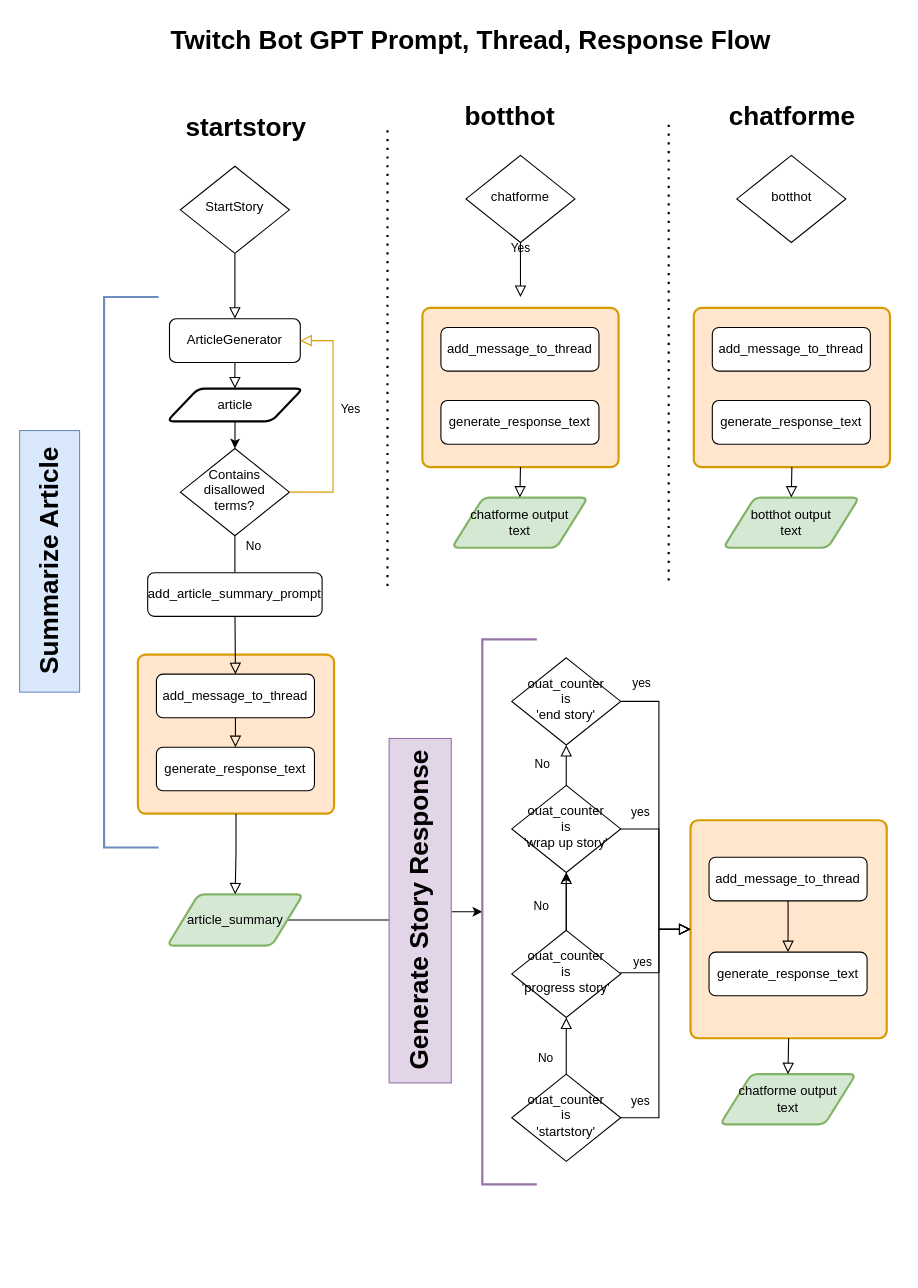
The draw.io diagram page "prompt-flow" (1 of 2) of readme/diagrams/prompt-thread-response-flow.drawio in hitch-co/chatzilla_ai, before the edit. Source tidied: cells renumbered, new cells numbered last; positions are measured from the earlier drawing's top-left corner, leaving out a move shared by most shapes. Both pictures are drawn from the tidied source at 109%, with x=0, y=0 at pixel (-82, 19).
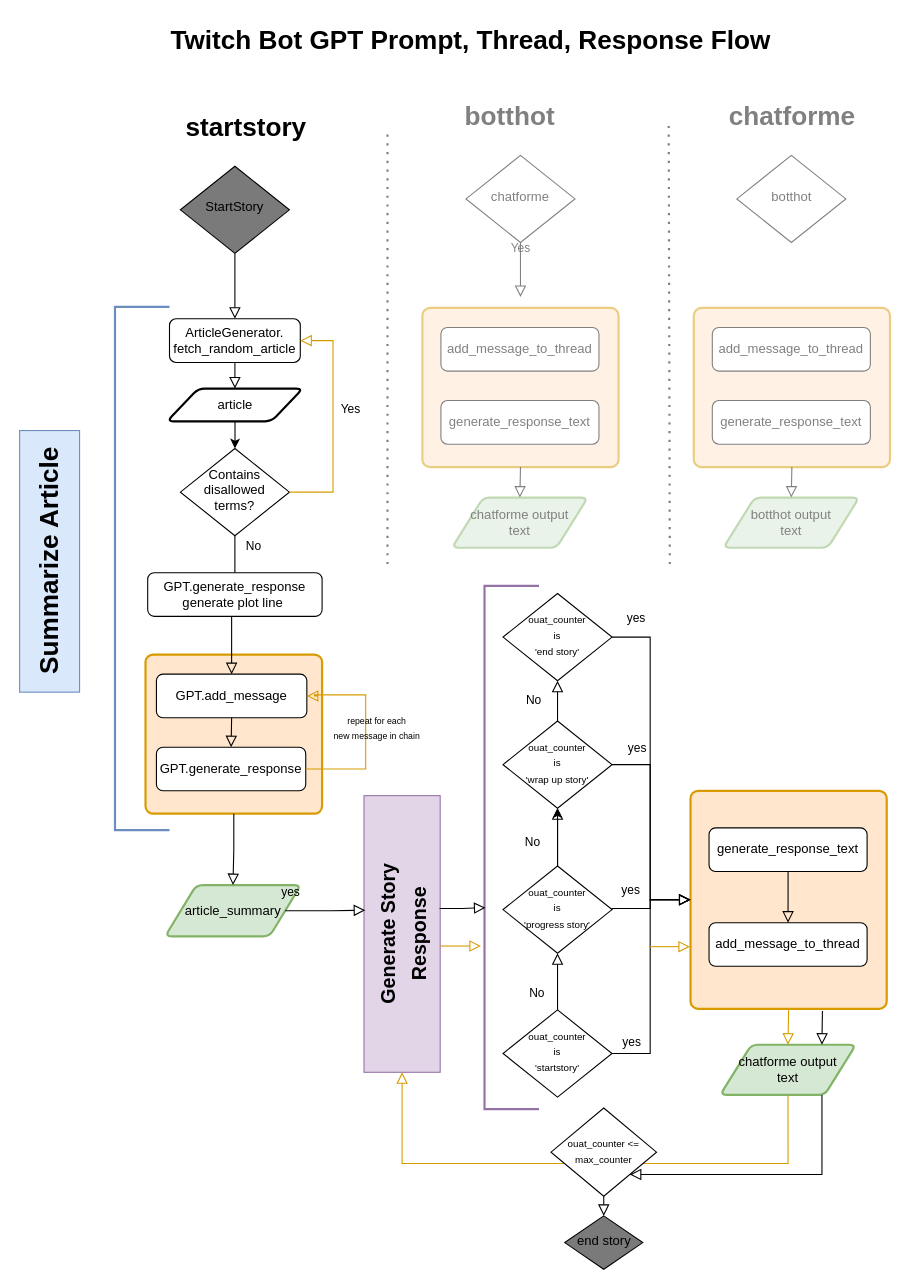
The same diagram, later.

The change refers to these unchanged cells:
```xml
<mxCell id="11" value="Contains disallowed terms?" style="rhombus;whiteSpace=wrap;html=1;shadow=0;fontFamily=Helvetica;fontSize=12;align=center;strokeWidth=1;spacing=6;spacingTop=-4;" parent="1" vertex="1">
  <mxGeometry x="240" y="394" width="100" height="80" as="geometry" />
</mxCell>
```

Change to the diagram source:
```diff
@@
     <mxCell id="2" style="rounded=1;whiteSpace=wrap;html=1;absoluteArcSize=1;arcSize=14;strokeWidth=2;fillColor=#ffe6cc;strokeColor=#d79b00;" parent="1" vertex="1">
-      <mxGeometry x="201" y="583" width="180" height="146" as="geometry" />
+      <mxGeometry x="208" y="583" width="162" height="146" as="geometry" />
     </mxCell>
@@
-    <mxCell id="4" value="StartStory" style="rhombus;whiteSpace=wrap;html=1;shadow=0;fontFamily=Helvetica;fontSize=12;align=center;strokeWidth=1;spacing=6;spacingTop=-4;" parent="1" vertex="1">
+    <mxCell id="4" value="StartStory" style="rhombus;whiteSpace=wrap;html=1;shadow=0;fontFamily=Helvetica;fontSize=12;align=center;strokeWidth=1;spacing=6;spacingTop=-4;fillColor=#7A7A7A;" parent="1" vertex="1">
       <mxGeometry x="240" y="135" width="100" height="80" as="geometry" />
     </mxCell>
-    <mxCell id="5" value="ArticleGenerator" style="rounded=1;whiteSpace=wrap;html=1;fontSize=12;glass=0;strokeWidth=1;shadow=0;" parent="1" vertex="1">
+    <mxCell id="5" value="ArticleGenerator.&lt;br&gt;fetch_random_article" style="rounded=1;whiteSpace=wrap;html=1;fontSize=12;glass=0;strokeWidth=1;shadow=0;" parent="1" vertex="1">
       <mxGeometry x="230" y="275" width="120" height="40" as="geometry" />
     </mxCell>
@@
-    <mxCell id="10" value="add_message_to_thread" style="rounded=1;whiteSpace=wrap;html=1;fontSize=12;glass=0;strokeWidth=1;shadow=0;" parent="1" vertex="1">
-      <mxGeometry x="218" y="601" width="145" height="40" as="geometry" />
+    <mxCell id="10" value="GPT.add_message" style="rounded=1;whiteSpace=wrap;html=1;fontSize=12;glass=0;strokeWidth=1;shadow=0;" parent="1" vertex="1">
+      <mxGeometry x="218" y="601" width="138" height="40" as="geometry" />
     </mxCell>
@@
-    <mxCell id="12" value="Yes" style="rounded=0;html=1;jettySize=auto;fontSize=11;endArrow=block;endFill=0;endSize=8;strokeWidth=1;shadow=0;labelBackgroundColor=none;edgeStyle=orthogonalEdgeStyle;entryX=1;entryY=0.5;entryDx=0;entryDy=0;exitX=1;exitY=0.5;exitDx=0;exitDy=0;fillColor=#ffe6cc;strokeColor=#d79b00;" parent="1" edge="1" source="11" target="5">
+    <mxCell id="12" value="Yes" style="rounded=0;html=1;jettySize=auto;fontSize=11;endArrow=block;endFill=0;endSize=8;strokeWidth=1;shadow=0;labelBackgroundColor=none;edgeStyle=orthogonalEdgeStyle;entryX=1;entryY=0.5;entryDx=0;entryDy=0;exitX=1;exitY=0.5;exitDx=0;exitDy=0;fillColor=#ffe6cc;strokeColor=#D79B00;" parent="1" edge="1" source="11" target="5">
       <mxGeometry x="0.11" y="-16" relative="1" as="geometry">
         <Array as="points">
           <mxPoint x="380" y="434" />
           <mxPoint x="380" y="295" />
         </Array>
       </mxGeometry>
     </mxCell>
@@
-    <mxCell id="15" value="generate_response_text" style="rounded=1;whiteSpace=wrap;html=1;fontSize=12;glass=0;strokeWidth=1;shadow=0;" parent="1" vertex="1">
-      <mxGeometry x="218" y="668" width="145" height="40" as="geometry" />
+    <mxCell id="15" value="GPT.generate_response" style="rounded=1;whiteSpace=wrap;html=1;fontSize=12;glass=0;strokeWidth=1;shadow=0;" parent="1" vertex="1">
+      <mxGeometry x="218" y="668" width="137" height="40" as="geometry" />
     </mxCell>
@@
     <mxCell id="17" style="strokeWidth=2;html=1;shape=mxgraph.flowchart.annotation_1;align=left;fillColor=#dae8fc;strokeColor=#6c8ebf;" parent="1" vertex="1">
-      <mxGeometry x="170" y="255" width="50" height="505" as="geometry" />
+      <mxGeometry x="180" y="264" width="50" height="480" as="geometry" />
     </mxCell>
@@
-    <mxCell id="19" style="edgeStyle=orthogonalEdgeStyle;rounded=0;jettySize=auto;html=1;exitX=1;exitY=0.5;exitDx=0;exitDy=0;entryX=0;entryY=0.5;entryDx=0;entryDy=0;entryPerimeter=0;" parent="1" edge="1" source="20" target="33">
-      <mxGeometry relative="1" as="geometry" />
-    </mxCell>
     <mxCell id="20" value="article_summary" style="shape=parallelogram;html=1;strokeWidth=2;perimeter=parallelogramPerimeter;whiteSpace=wrap;rounded=1;arcSize=12;size=0.23;fillColor=#d5e8d4;strokeColor=#82b366;" parent="1" vertex="1">
-      <mxGeometry x="228" y="803" width="124.5" height="47" as="geometry" />
+      <mxGeometry x="226" y="794.5" width="124.5" height="47" as="geometry" />
     </mxCell>
@@
-    <mxCell id="24" value="add_article_summary_prompt" style="rounded=1;whiteSpace=wrap;html=1;fontSize=12;glass=0;strokeWidth=1;shadow=0;" parent="1" vertex="1">
+    <mxCell id="24" value="GPT.generate_response &lt;br&gt;generate plot line&amp;nbsp;" style="rounded=1;whiteSpace=wrap;html=1;fontSize=12;glass=0;strokeWidth=1;shadow=0;" parent="1" vertex="1">
       <mxGeometry x="210" y="508" width="160" height="40" as="geometry" />
     </mxCell>
-    <mxCell id="25" value="ouat_counter&lt;br&gt;is&lt;br&gt;'startstory'" style="rhombus;whiteSpace=wrap;html=1;shadow=0;fontFamily=Helvetica;fontSize=12;align=center;strokeWidth=1;spacing=6;spacingTop=-4;" parent="1" vertex="1">
-      <mxGeometry x="544" y="968" width="100" height="80" as="geometry" />
+    <mxCell id="25" value="&lt;font style=&quot;font-size: 9px;&quot;&gt;ouat_counter&lt;br&gt;is&lt;br&gt;'startstory'&lt;/font&gt;" style="rhombus;whiteSpace=wrap;html=1;shadow=0;fontFamily=Helvetica;fontSize=12;align=center;strokeWidth=1;spacing=6;spacingTop=-4;" parent="1" vertex="1">
+      <mxGeometry x="536" y="909" width="100" height="80" as="geometry" />
     </mxCell>
@@
-    <mxCell id="27" value="ouat_counter&lt;br&gt;is&lt;br&gt;'progress story'" style="rhombus;whiteSpace=wrap;html=1;shadow=0;fontFamily=Helvetica;fontSize=12;align=center;strokeWidth=1;spacing=6;spacingTop=-4;" parent="1" vertex="1">
-      <mxGeometry x="544" y="836" width="100" height="80" as="geometry" />
+    <mxCell id="27" value="&lt;font style=&quot;font-size: 9px;&quot;&gt;ouat_counter&lt;br&gt;is&lt;br&gt;'progress story'&lt;/font&gt;" style="rhombus;whiteSpace=wrap;html=1;shadow=0;fontFamily=Helvetica;fontSize=12;align=center;strokeWidth=1;spacing=6;spacingTop=-4;" parent="1" vertex="1">
+      <mxGeometry x="536" y="777" width="100" height="80" as="geometry" />
     </mxCell>
-    <mxCell id="28" value="ouat_counter&lt;br&gt;is&lt;br&gt;'wrap up story'" style="rhombus;whiteSpace=wrap;html=1;shadow=0;fontFamily=Helvetica;fontSize=12;align=center;strokeWidth=1;spacing=6;spacingTop=-4;" parent="1" vertex="1">
-      <mxGeometry x="544" y="703" width="100" height="80" as="geometry" />
+    <mxCell id="28" value="&lt;font style=&quot;font-size: 9px;&quot;&gt;ouat_counter&lt;br&gt;is&lt;br&gt;'wrap up story'&lt;/font&gt;" style="rhombus;whiteSpace=wrap;html=1;shadow=0;fontFamily=Helvetica;fontSize=12;align=center;strokeWidth=1;spacing=6;spacingTop=-4;" parent="1" vertex="1">
+      <mxGeometry x="536" y="644" width="100" height="80" as="geometry" />
     </mxCell>
-    <mxCell id="29" value="ouat_counter&lt;br&gt;is&lt;br&gt;'end story'" style="rhombus;whiteSpace=wrap;html=1;shadow=0;fontFamily=Helvetica;fontSize=12;align=center;strokeWidth=1;spacing=6;spacingTop=-4;" parent="1" vertex="1">
-      <mxGeometry x="544" y="586" width="100" height="80" as="geometry" />
+    <mxCell id="29" value="&lt;font style=&quot;font-size: 9px;&quot;&gt;ouat_counter&lt;br&gt;is&lt;br&gt;'end story'&lt;/font&gt;" style="rhombus;whiteSpace=wrap;html=1;shadow=0;fontFamily=Helvetica;fontSize=12;align=center;strokeWidth=1;spacing=6;spacingTop=-4;" parent="1" vertex="1">
+      <mxGeometry x="536" y="527" width="100" height="80" as="geometry" />
     </mxCell>
@@
     <mxCell id="31" value="No" style="edgeStyle=orthogonalEdgeStyle;rounded=0;html=1;jettySize=auto;fontSize=11;endArrow=block;endFill=0;endSize=8;strokeWidth=1;shadow=0;labelBackgroundColor=none;exitX=0.5;exitY=0;exitDx=0;exitDy=0;entryX=0.5;entryY=1;entryDx=0;entryDy=0;" parent="1" edge="1" source="27" target="28">
       <mxGeometry x="-0.17" y="23" relative="1" as="geometry">
         <Array as="points">
-          <mxPoint x="594" y="796" />
+          <mxPoint x="586" y="737" />
         </Array>
       </mxGeometry>
     </mxCell>
     <mxCell id="32" value="No" style="edgeStyle=orthogonalEdgeStyle;rounded=0;html=1;jettySize=auto;fontSize=11;endArrow=block;endFill=0;endSize=8;strokeWidth=1;shadow=0;labelBackgroundColor=none;entryX=0.5;entryY=1;entryDx=0;entryDy=0;exitX=0.5;exitY=0;exitDx=0;exitDy=0;" parent="1" edge="1" source="28" target="29">
       <mxGeometry y="21" relative="1" as="geometry">
         <Array as="points">
-          <mxPoint x="594" y="703" />
+          <mxPoint x="586" y="644" />
         </Array>
         <mxPoint x="-1" as="offset" />
       </mxGeometry>
     </mxCell>
     <mxCell id="33" style="strokeWidth=2;html=1;shape=mxgraph.flowchart.annotation_1;align=left;fillColor=#e1d5e7;strokeColor=#9673a6;" parent="1" vertex="1">
-      <mxGeometry x="517" y="569" width="50" height="500" as="geometry" />
+      <mxGeometry x="519" y="520" width="50" height="480" as="geometry" />
     </mxCell>
-    <mxCell id="34" value="Generate Story Response" style="text;strokeColor=#9673a6;fillColor=#e1d5e7;html=1;fontSize=24;fontStyle=1;verticalAlign=middle;align=center;rotation=-90;" parent="1" vertex="1">
-      <mxGeometry x="302" y="789.5" width="316" height="57" as="geometry" />
+    <mxCell id="34" value="&lt;font style=&quot;font-size: 18px;&quot;&gt;Generate Story&lt;br&gt;Response&lt;/font&gt;" style="text;strokeColor=#9673a6;fillColor=#e1d5e7;html=1;fontSize=24;fontStyle=1;verticalAlign=middle;align=center;rotation=-90;" parent="1" vertex="1">
+      <mxGeometry x="316.5" y="804.4" width="253.8" height="69.9" as="geometry" />
     </mxCell>
     <mxCell id="35" style="rounded=1;whiteSpace=wrap;html=1;absoluteArcSize=1;arcSize=14;strokeWidth=2;fillColor=#ffe6cc;strokeColor=#d79b00;" parent="1" vertex="1">
-      <mxGeometry x="708" y="735" width="180" height="200" as="geometry" />
+      <mxGeometry x="708" y="708" width="180" height="200" as="geometry" />
     </mxCell>
-    <mxCell id="36" value="add_message_to_thread" style="rounded=1;whiteSpace=wrap;html=1;fontSize=12;glass=0;strokeWidth=1;shadow=0;" parent="1" vertex="1">
-      <mxGeometry x="725" y="769" width="145" height="40" as="geometry" />
+    <mxCell id="36" value="generate_response_text" style="rounded=1;whiteSpace=wrap;html=1;fontSize=12;glass=0;strokeWidth=1;shadow=0;" parent="1" vertex="1">
+      <mxGeometry x="725" y="742" width="145" height="40" as="geometry" />
     </mxCell>
-    <mxCell id="37" value="generate_response_text" style="rounded=1;whiteSpace=wrap;html=1;fontSize=12;glass=0;strokeWidth=1;shadow=0;" parent="1" vertex="1">
-      <mxGeometry x="725" y="856" width="145" height="40" as="geometry" />
+    <mxCell id="37" value="add_message_to_thread" style="rounded=1;whiteSpace=wrap;html=1;fontSize=12;glass=0;strokeWidth=1;shadow=0;" parent="1" vertex="1">
+      <mxGeometry x="725" y="829" width="145" height="40" as="geometry" />
     </mxCell>
     <mxCell id="38" value="yes" style="edgeStyle=orthogonalEdgeStyle;rounded=0;html=1;jettySize=auto;fontSize=11;endArrow=block;endFill=0;endSize=8;strokeWidth=1;shadow=0;labelBackgroundColor=none;exitX=1;exitY=0.5;exitDx=0;exitDy=0;entryX=0;entryY=0.5;entryDx=0;entryDy=0;" parent="1" edge="1" source="25" target="35">
       <mxGeometry x="-0.58" y="17" relative="1" as="geometry">
         <Array as="points">
-          <mxPoint x="679" y="1008" />
-          <mxPoint x="679" y="835" />
+          <mxPoint x="671" y="949" />
+          <mxPoint x="671" y="808" />
         </Array>
       </mxGeometry>
     </mxCell>
     <mxCell id="39" value="yes" style="edgeStyle=orthogonalEdgeStyle;rounded=0;html=1;jettySize=auto;fontSize=11;endArrow=block;endFill=0;endSize=8;strokeWidth=1;shadow=0;labelBackgroundColor=none;exitX=1;exitY=0.5;exitDx=0;exitDy=0;entryX=0;entryY=0.5;entryDx=0;entryDy=0;" parent="1" edge="1" source="27" target="35">
-      <mxGeometry x="-0.13" y="15" relative="1" as="geometry">
+      <mxGeometry x="-0.56" y="17" relative="1" as="geometry">
         <Array as="points">
-          <mxPoint x="679" y="875" />
-          <mxPoint x="679" y="835" />
+          <mxPoint x="671" y="816" />
+          <mxPoint x="671" y="808" />
         </Array>
       </mxGeometry>
     </mxCell>
     <mxCell id="40" value="yes" style="edgeStyle=orthogonalEdgeStyle;rounded=0;html=1;jettySize=auto;fontSize=11;endArrow=block;endFill=0;endSize=8;strokeWidth=1;shadow=0;labelBackgroundColor=none;exitX=1;exitY=0.5;exitDx=0;exitDy=0;entryX=0;entryY=0.5;entryDx=0;entryDy=0;" parent="1" edge="1" source="28" target="35">
       <mxGeometry x="-0.77" y="15" relative="1" as="geometry">
         <Array as="points">
-          <mxPoint x="679" y="743" />
-          <mxPoint x="679" y="835" />
+          <mxPoint x="671" y="684" />
+          <mxPoint x="671" y="808" />
         </Array>
       </mxGeometry>
     </mxCell>
-    <mxCell id="41" value="yes" style="edgeStyle=orthogonalEdgeStyle;rounded=0;html=1;jettySize=auto;fontSize=11;endArrow=block;endFill=0;endSize=8;strokeWidth=1;shadow=0;labelBackgroundColor=none;exitX=1;exitY=0.5;exitDx=0;exitDy=0;entryX=0;entryY=0.5;entryDx=0;entryDy=0;" parent="1" edge="1" source="29" target="35">
+    <mxCell id="41" value="yes" style="edgeStyle=orthogonalEdgeStyle;rounded=0;html=1;jettySize=auto;orthogonalLoop=1;fontSize=11;endArrow=block;endFill=0;endSize=8;strokeWidth=1;shadow=0;labelBackgroundColor=none;exitX=1;exitY=0.5;exitDx=0;exitDy=0;entryX=0;entryY=0.5;entryDx=0;entryDy=0;" parent="1" edge="1">
       <mxGeometry x="-0.86" y="17" relative="1" as="geometry">
+        <mxPoint x="636" y="567" as="sourcePoint" />
+        <mxPoint x="708" y="808" as="targetPoint" />
         <Array as="points">
-          <mxPoint x="679" y="626" />
-          <mxPoint x="679" y="835" />
+          <mxPoint x="671" y="567" />
+          <mxPoint x="671" y="808" />
         </Array>
       </mxGeometry>
     </mxCell>
@@
     <mxCell id="54" style="endArrow=none;dashed=1;html=1;dashPattern=1 3;strokeWidth=2;rounded=0;" parent="1" edge="1">
       <mxGeometry relative="1" as="geometry">
-        <mxPoint x="430" y="520" as="sourcePoint" />
+        <mxPoint x="430" y="500" as="sourcePoint" />
         <mxPoint x="430" y="100" as="targetPoint" />
       </mxGeometry>
     </mxCell>
     <mxCell id="55" style="endArrow=none;dashed=1;html=1;dashPattern=1 3;strokeWidth=2;rounded=0;" parent="1" edge="1">
       <mxGeometry relative="1" as="geometry">
-        <mxPoint x="688" y="515" as="sourcePoint" />
+        <mxPoint x="689" y="500" as="sourcePoint" />
         <mxPoint x="688" y="95" as="targetPoint" />
       </mxGeometry>
     </mxCell>
@@
     <mxCell id="57" style="edgeStyle=orthogonalEdgeStyle;rounded=0;html=1;jettySize=auto;fontSize=11;endArrow=block;endFill=0;endSize=8;strokeWidth=1;shadow=0;labelBackgroundColor=none;exitX=0.5;exitY=1;exitDx=0;exitDy=0;entryX=0.5;entryY=0;entryDx=0;entryDy=0;" parent="1" edge="1" source="36" target="37">
       <mxGeometry x="-0.86" y="17" relative="1" as="geometry">
         <Array as="points">
-          <mxPoint x="798" y="840" />
-          <mxPoint x="798" y="840" />
+          <mxPoint x="798" y="813" />
+          <mxPoint x="798" y="813" />
         </Array>
       </mxGeometry>
     </mxCell>
     <mxCell id="58" value="chatforme output &lt;br&gt;text" style="shape=parallelogram;html=1;strokeWidth=2;perimeter=parallelogramPerimeter;whiteSpace=wrap;rounded=1;arcSize=12;size=0.23;fillColor=#d5e8d4;strokeColor=#82b366;" parent="1" vertex="1">
-      <mxGeometry x="735.2" y="968" width="124.5" height="46" as="geometry" />
+      <mxGeometry x="735.2" y="941" width="124.5" height="46" as="geometry" />
     </mxCell>
-    <mxCell id="59" style="edgeStyle=orthogonalEdgeStyle;rounded=0;html=1;jettySize=auto;fontSize=11;endArrow=block;endFill=0;endSize=8;strokeWidth=1;shadow=0;labelBackgroundColor=none;exitX=0.5;exitY=1;exitDx=0;exitDy=0;entryX=0.5;entryY=0;entryDx=0;entryDy=0;" parent="1" edge="1" source="35" target="58">
-      <mxGeometry x="-0.86" y="17" relative="1" as="geometry" />
+    <mxCell id="59" style="edgeStyle=orthogonalEdgeStyle;rounded=0;html=1;jettySize=auto;fontSize=11;endArrow=block;endFill=0;endSize=8;strokeWidth=1;shadow=0;labelBackgroundColor=none;entryX=0.75;entryY=0;entryDx=0;entryDy=0;" parent="1" edge="1" target="58">
+      <mxGeometry x="-0.86" y="17" relative="1" as="geometry">
+        <mxPoint x="829" y="910" as="sourcePoint" />
+      </mxGeometry>
     </mxCell>
+    <mxCell id="60" value="&lt;font style=&quot;font-size: 8px;&quot;&gt;repeat for each &lt;br&gt;new message in chain&lt;/font&gt;" style="rounded=0;html=1;jettySize=auto;fontSize=11;endArrow=block;endFill=0;endSize=8;strokeWidth=1;shadow=0;labelBackgroundColor=none;edgeStyle=orthogonalEdgeStyle;entryX=1;entryY=0.5;entryDx=0;entryDy=0;exitX=1;exitY=0.5;exitDx=0;exitDy=0;fillColor=#ffe6cc;strokeColor=#D79B00;" parent="1" edge="1" source="15" target="10">
+      <mxGeometry x="0.04" y="-10" relative="1" as="geometry">
+        <Array as="points">
+          <mxPoint x="410" y="688" />
+          <mxPoint x="410" y="620" />
+          <mxPoint x="363" y="620" />
+        </Array>
+      </mxGeometry>
+    </mxCell>
+    <mxCell id="61" style="rounded=0;html=1;jettySize=auto;fontSize=11;endArrow=block;endFill=0;endSize=8;strokeWidth=1;shadow=0;labelBackgroundColor=none;edgeStyle=orthogonalEdgeStyle;exitX=0.5;exitY=1;exitDx=0;exitDy=0;fillColor=#ffe6cc;strokeColor=#D79B00;entryX=0;entryY=0.5;entryDx=0;entryDy=0;" parent="1" edge="1" source="58" target="34">
+      <mxGeometry x="0.04" relative="1" as="geometry">
+        <Array as="points">
+          <mxPoint x="797" y="1050" />
+          <mxPoint x="443" y="1050" />
+        </Array>
+      </mxGeometry>
+    </mxCell>
+    <mxCell id="62" value="&lt;font style=&quot;font-size: 9px;&quot;&gt;ouat_counter &amp;lt;=&lt;br&gt;max_counter&lt;/font&gt;" style="rhombus;whiteSpace=wrap;html=1;shadow=0;fontFamily=Helvetica;fontSize=12;align=center;strokeWidth=1;spacing=6;spacingTop=-4;" parent="1" vertex="1">
+      <mxGeometry x="580" y="999" width="96.8" height="81" as="geometry" />
+    </mxCell>
+    <mxCell id="63" style="rounded=0;html=1;jettySize=auto;orthogonalLoop=1;fontSize=11;endArrow=block;endFill=0;endSize=8;strokeWidth=1;shadow=0;labelBackgroundColor=none;edgeStyle=orthogonalEdgeStyle;entryX=-0.065;entryY=0.68;entryDx=0;entryDy=0;exitX=0.48;exitY=1.002;exitDx=0;exitDy=0;fillColor=#ffe6cc;strokeColor=#D79B00;entryPerimeter=0;exitPerimeter=0;" parent="1" edge="1">
+      <mxGeometry x="0.04" relative="1" as="geometry">
+        <mxPoint x="478.5" y="850.4" as="sourcePoint" />
+        <mxPoint x="515.7" y="850.4" as="targetPoint" />
+      </mxGeometry>
+    </mxCell>
+    <mxCell id="64" style="rounded=0;html=1;jettySize=auto;orthogonalLoop=1;fontSize=11;endArrow=block;endFill=0;endSize=8;strokeWidth=1;shadow=0;labelBackgroundColor=none;edgeStyle=orthogonalEdgeStyle;entryX=-0.003;entryY=0.671;entryDx=0;entryDy=0;fillColor=#ffe6cc;strokeColor=#D79B00;entryPerimeter=0;" parent="1" edge="1">
+      <mxGeometry x="0.04" relative="1" as="geometry">
+        <mxPoint x="670" y="851" as="sourcePoint" />
+        <mxPoint x="707.5" y="851.2" as="targetPoint" />
+      </mxGeometry>
+    </mxCell>
+    <mxCell id="65" style="rounded=0;html=1;jettySize=auto;fontSize=11;endArrow=block;endFill=0;endSize=8;strokeWidth=1;shadow=0;labelBackgroundColor=none;edgeStyle=orthogonalEdgeStyle;entryX=0.5;entryY=0;entryDx=0;entryDy=0;fillColor=#ffe6cc;strokeColor=#D79B00;exitX=0.5;exitY=1;exitDx=0;exitDy=0;" parent="1" edge="1" source="35" target="58">
+      <mxGeometry x="0.04" relative="1" as="geometry" />
+    </mxCell>
+    <mxCell id="66" style="edgeStyle=orthogonalEdgeStyle;rounded=0;html=1;jettySize=auto;fontSize=11;endArrow=block;endFill=0;endSize=8;strokeWidth=1;shadow=0;labelBackgroundColor=none;exitX=0.75;exitY=1;exitDx=0;exitDy=0;" parent="1" edge="1" source="58" target="62">
+      <mxGeometry x="-0.86" y="17" relative="1" as="geometry">
+        <Array as="points">
+          <mxPoint x="829" y="1060" />
+        </Array>
+      </mxGeometry>
+    </mxCell>
+    <mxCell id="67" value="yes" style="edgeStyle=orthogonalEdgeStyle;rounded=0;html=1;jettySize=auto;fontSize=11;endArrow=block;endFill=0;endSize=8;strokeWidth=1;shadow=0;labelBackgroundColor=none;exitX=1;exitY=0.5;exitDx=0;exitDy=0;entryX=0.586;entryY=0.016;entryDx=0;entryDy=0;entryPerimeter=0;" parent="1" edge="1" source="20" target="34">
+      <mxGeometry x="-0.86" y="17" relative="1" as="geometry" />
+    </mxCell>
+    <mxCell id="68" style="edgeStyle=orthogonalEdgeStyle;rounded=0;html=1;jettySize=auto;fontSize=11;endArrow=block;endFill=0;endSize=8;strokeWidth=1;shadow=0;labelBackgroundColor=none;entryX=0.018;entryY=0.615;entryDx=0;entryDy=0;entryPerimeter=0;exitX=0.592;exitY=0.992;exitDx=0;exitDy=0;exitPerimeter=0;" parent="1" edge="1" source="34" target="33">
+      <mxGeometry x="0.07" y="35" relative="1" as="geometry" />
+    </mxCell>
+    <mxCell id="69" value="end story" style="rhombus;whiteSpace=wrap;html=1;shadow=0;fontFamily=Helvetica;fontSize=12;align=center;strokeWidth=1;spacing=6;spacingTop=-4;fillColor=#7A7A7A;" parent="1" vertex="1">
+      <mxGeometry x="592.6" y="1098" width="71.6" height="49" as="geometry" />
+    </mxCell>
+    <mxCell id="70" style="edgeStyle=orthogonalEdgeStyle;rounded=0;html=1;jettySize=auto;fontSize=11;endArrow=block;endFill=0;endSize=8;strokeWidth=1;shadow=0;labelBackgroundColor=none;exitX=0.5;exitY=1;exitDx=0;exitDy=0;entryX=0.5;entryY=0;entryDx=0;entryDy=0;" parent="1" edge="1" source="62" target="69">
+      <mxGeometry x="-0.86" y="17" relative="1" as="geometry">
+        <Array as="points">
+          <mxPoint x="628" y="1080" />
+        </Array>
+      </mxGeometry>
+    </mxCell>
+    <mxCell id="71" style="rounded=0;whiteSpace=wrap;html=1;opacity=50;strokeColor=none;" parent="1" vertex="1">
+      <mxGeometry x="410" y="65" width="490" height="435" as="geometry" />
+    </mxCell>
```
